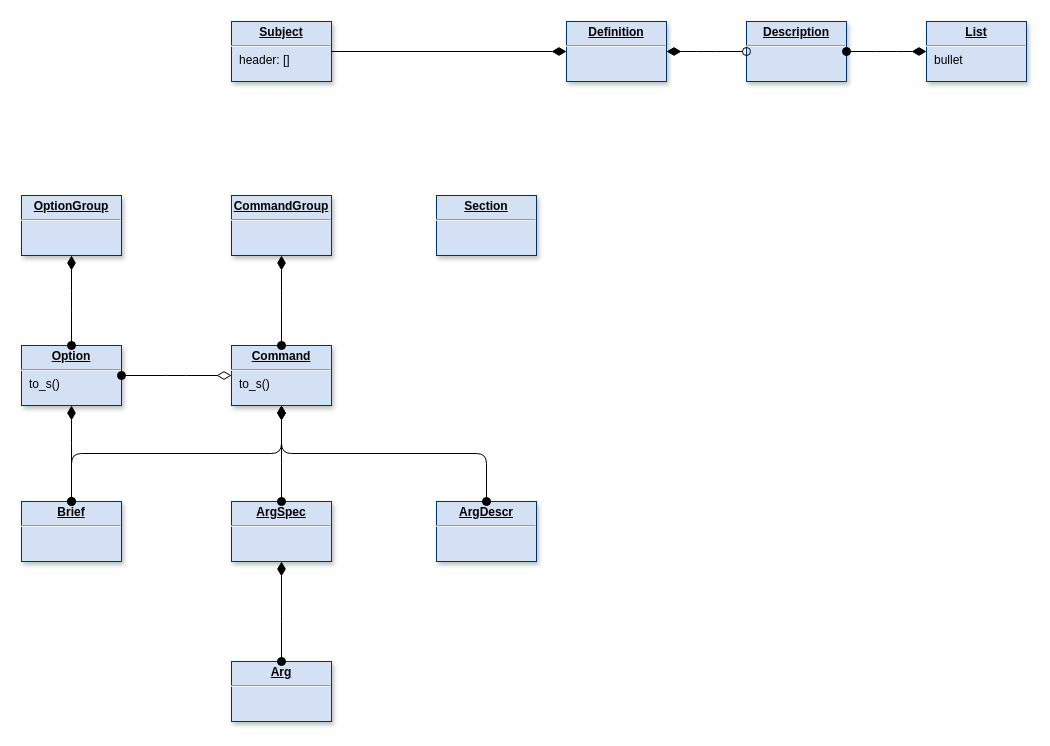
This is page "Page-6" (6 of 6) of doc/diagram.drawio from clrgit/shellopts, a draw.io file, before an edit. Source tidied: cells renumbered, new cells numbered last; positions are measured from the earlier drawing's top-left corner, leaving out a move shared by most shapes. Both pictures are drawn from the tidied source at 100%, with x=0, y=0 at pixel (21, 21).
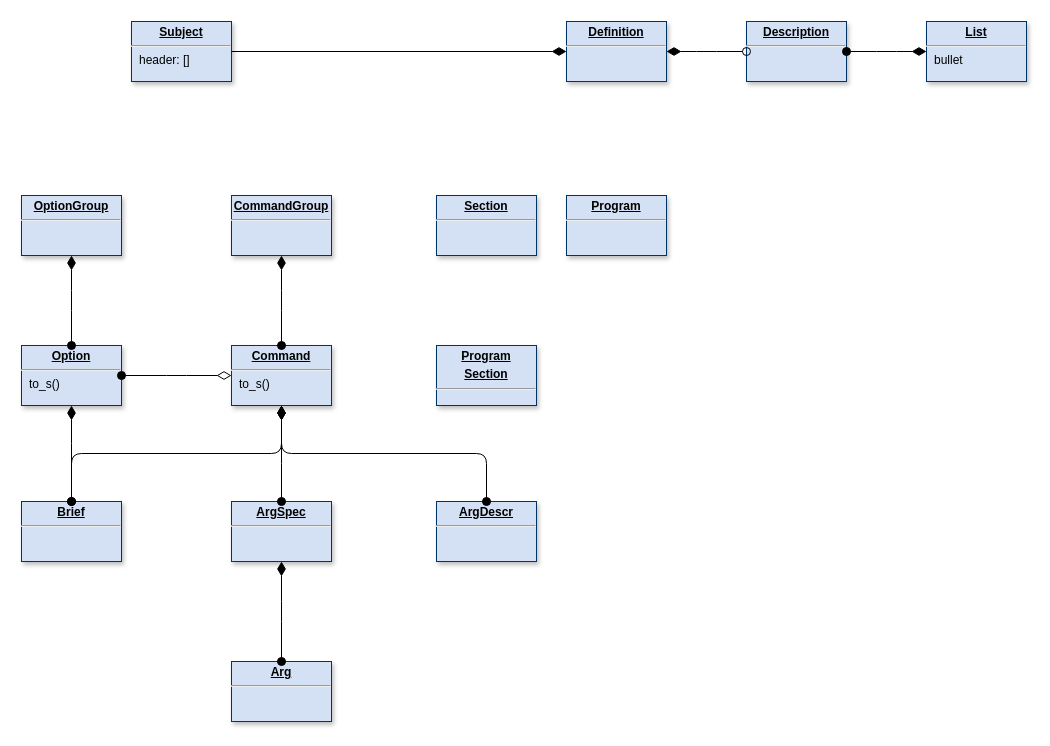
The same diagram, later.

What changed in the source:
```diff
@@
     <mxCell id="3" value="&lt;p style=&quot;margin: 0px ; margin-top: 4px ; text-align: center ; text-decoration: underline&quot;&gt;&lt;b&gt;Subject&lt;/b&gt;&lt;/p&gt;&lt;hr&gt;&lt;p style=&quot;margin: 0px ; margin-left: 8px&quot;&gt;header: []&lt;/p&gt;" style="verticalAlign=top;align=left;overflow=fill;fontSize=12;fontFamily=Helvetica;html=1;shadow=1;strokeColor=#003366;fillColor=#D4E1F5;" parent="1" vertex="1">
-      <mxGeometry x="210" width="100" height="60" as="geometry" />
+      <mxGeometry x="110" width="100" height="60" as="geometry" />
     </mxCell>
@@
+    <mxCell id="26" value="&lt;p style=&quot;margin: 0px ; margin-top: 4px ; text-align: center ; text-decoration: underline&quot;&gt;&lt;b&gt;Program&lt;/b&gt;&lt;/p&gt;&lt;p style=&quot;margin: 0px ; margin-top: 4px ; text-align: center ; text-decoration: underline&quot;&gt;&lt;b&gt;Section&lt;/b&gt;&lt;/p&gt;&lt;hr&gt;&lt;p style=&quot;margin: 0px ; margin-left: 8px&quot;&gt;&lt;br&gt;&lt;/p&gt;" style="verticalAlign=top;align=left;overflow=fill;fontSize=12;fontFamily=Helvetica;html=1;shadow=1;strokeColor=#003366;fillColor=#D4E1F5;" parent="1" vertex="1">
+      <mxGeometry x="415" y="324" width="100" height="60" as="geometry" />
+    </mxCell>
+    <mxCell id="27" value="&lt;p style=&quot;margin: 0px ; margin-top: 4px ; text-align: center ; text-decoration: underline&quot;&gt;&lt;b&gt;Program&lt;/b&gt;&lt;/p&gt;&lt;hr&gt;&lt;p style=&quot;margin: 0px ; margin-left: 8px&quot;&gt;&lt;br&gt;&lt;/p&gt;" style="verticalAlign=top;align=left;overflow=fill;fontSize=12;fontFamily=Helvetica;html=1;shadow=1;strokeColor=#003366;fillColor=#D4E1F5;" parent="1" vertex="1">
+      <mxGeometry x="545" y="174" width="100" height="60" as="geometry" />
+    </mxCell>
```
